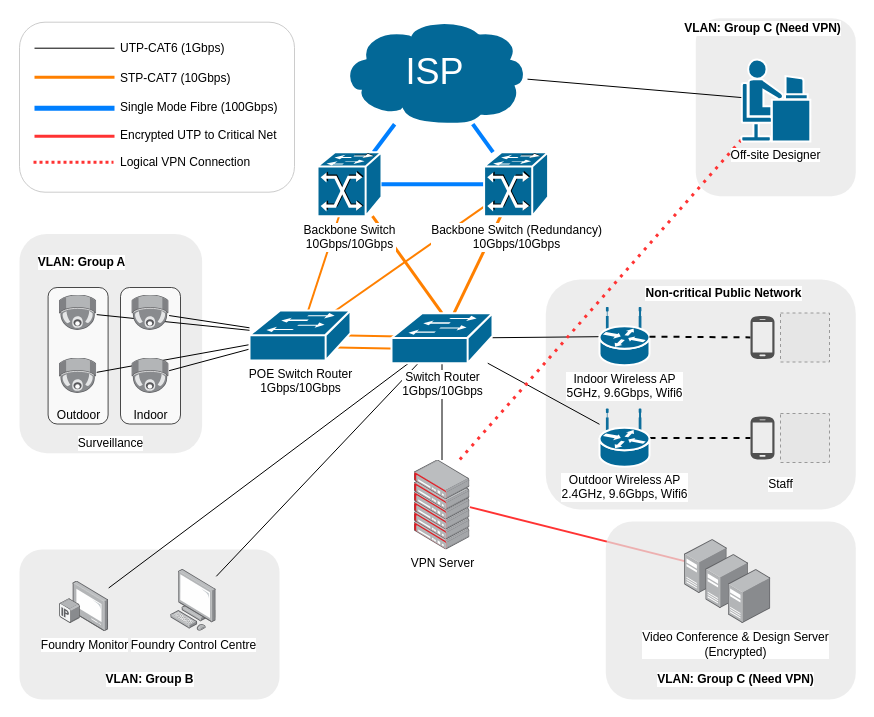
Earlier version of the draw.io diagram page "RDC" (3 of 5) of Net_diagram/EE6223CA2.drawio (doem97/EE6223). Source tidied: cells renumbered, new cells numbered last; positions are measured from the earlier drawing's top-left corner, leaving out a move shared by most shapes. Both pictures are drawn from the tidied source at 100%, with x=0, y=0 at pixel (19, 18). Pictures stored in the file or linked from it are replaced by grey dashed boxes.
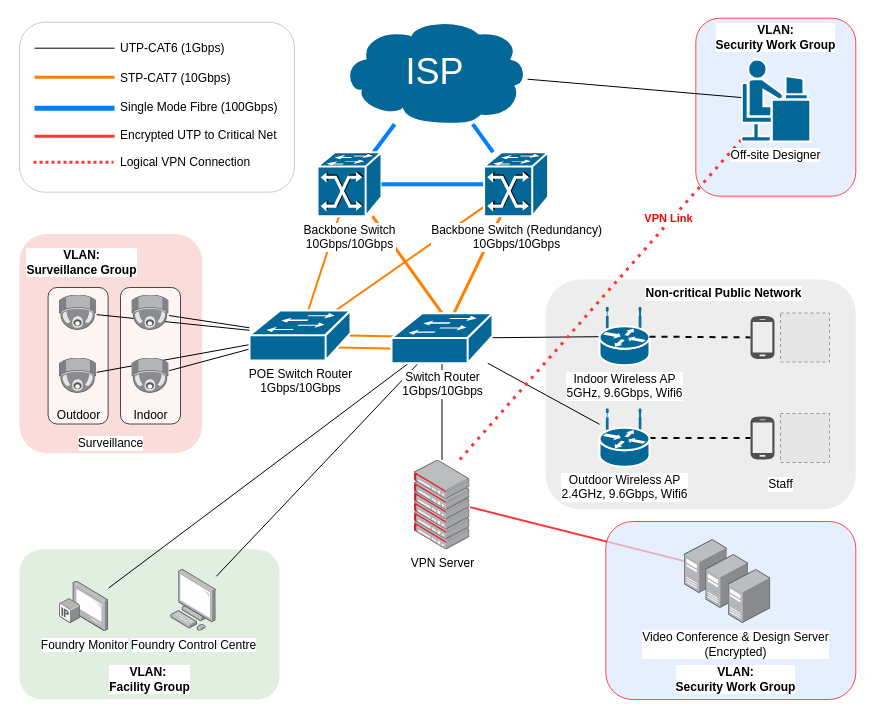
Above is the later version.

Unchanged cells that the change refers to:
```xml
<mxCell id="10" style="group;" parent="1" vertex="1">
  <mxGeometry x="20" y="541" width="360" height="140" as="geometry" />
</mxCell>
<mxCell id="42" style="edgeStyle=none;rounded=0;jettySize=auto;html=1;endArrow=none;endFill=0;strokeColor=#FF3333;dashed=1;dashPattern=1 2;strokeWidth=3;" parent="1" edge="1" source="43" target="39">
  <mxGeometry relative="1" as="geometry" />
</mxCell>
<mxCell id="80" style="group;" parent="1" vertex="1">
  <mxGeometry x="586.3" y="503" width="250" height="178" as="geometry" />
</mxCell>
```

The edit, as a diff of the source:
```diff
@@
-    <mxCell id="3" style="rounded=1;whiteSpace=wrap;html=1;fontSize=12;fontColor=#000000;strokeColor=none;fillColor=#E6E6E6;opacity=70;" parent="1" vertex="1">
+    <mxCell id="3" style="rounded=1;whiteSpace=wrap;html=1;fontSize=12;fillColor=#f8cecc;opacity=70;strokeColor=none;" parent="1" vertex="1">
       <mxGeometry y="215.4" width="182.6" height="219.3" as="geometry" />
     </mxCell>
@@
-    <mxCell id="8" style="rounded=1;whiteSpace=wrap;html=1;labelBackgroundColor=#ffffff;fillColor=#E6E6E6;fontSize=12;fontColor=#000000;opacity=70;strokeColor=none;" parent="1" vertex="1">
+    <mxCell id="8" style="rounded=1;whiteSpace=wrap;html=1;labelBackgroundColor=#ffffff;fillColor=#dae8fc;fontSize=12;opacity=70;strokeColor=#FF0000;" parent="1" vertex="1">
       <mxGeometry x="676.3" y="-0.3" width="160" height="178" as="geometry" />
     </mxCell>
-    <mxCell id="9" value="&lt;b&gt;VLAN: Group C (Need VPN)&lt;/b&gt;" style="text;html=1;align=center;verticalAlign=middle;labelBackgroundColor=#ffffff;" parent="1" vertex="1">
-      <mxGeometry x="658" width="170" height="20" as="geometry" />
+    <mxCell id="9" value="&lt;b&gt;VLAN:&lt;br&gt;Security Work Group&lt;br&gt;&lt;/b&gt;" style="text;html=1;align=center;verticalAlign=middle;labelBackgroundColor=#ffffff;" parent="1" vertex="1">
+      <mxGeometry x="686.3" y="3.7" width="140" height="30" as="geometry" />
     </mxCell>
@@
-    <mxCell id="11" style="rounded=1;whiteSpace=wrap;html=1;labelBackgroundColor=#ffffff;fillColor=#E6E6E6;fontSize=12;fontColor=#000000;opacity=70;strokeColor=none;" parent="10" vertex="1">
+    <mxCell id="11" style="rounded=1;whiteSpace=wrap;html=1;labelBackgroundColor=#ffffff;fillColor=#d5e8d4;fontSize=12;opacity=70;strokeColor=none;" parent="10" vertex="1">
       <mxGeometry x="-20" y="-10" width="260" height="150" as="geometry" />
     </mxCell>
@@
-    <mxCell id="13" value="&lt;font style=&quot;background-color: rgb(255 , 255 , 255)&quot; size=&quot;1&quot;&gt;&lt;b style=&quot;font-size: 12px&quot;&gt;VLAN: Group B&lt;/b&gt;&lt;/font&gt;" style="text;html=1;align=center;verticalAlign=middle;fontSize=12;fontColor=#000000;labelBackgroundColor=#ffffff;" parent="10" vertex="1">
-      <mxGeometry x="60" y="110" width="100" height="20" as="geometry" />
+    <mxCell id="13" value="&lt;b&gt;VLAN:&amp;nbsp;&lt;br&gt;Facility Group&lt;/b&gt;" style="text;html=1;align=center;verticalAlign=middle;fontSize=12;fontColor=#000000;labelBackgroundColor=#ffffff;" parent="10" vertex="1">
+      <mxGeometry x="60" y="105" width="100" height="30" as="geometry" />
     </mxCell>
@@
+    <mxCell id="87" value="VPN Link" style="edgeLabel;html=1;align=center;verticalAlign=middle;fontColor=#FF0000;fontStyle=1;" parent="42" vertex="1">
+      <mxGeometry x="-0.5" y="-3" relative="1" as="geometry" />
+    </mxCell>
@@
-    <mxCell id="62" value="&lt;font style=&quot;background-color: rgb(255 , 255 , 255)&quot; size=&quot;1&quot;&gt;&lt;b style=&quot;font-size: 12px&quot;&gt;VLAN: Group A&lt;/b&gt;&lt;/font&gt;" style="text;html=1;align=center;verticalAlign=middle;fontSize=12;fontColor=#000000;labelBackgroundColor=#ffffff;" parent="1" vertex="1">
-      <mxGeometry x="12.4" y="234.1" width="100" height="20" as="geometry" />
+    <mxCell id="62" value="&lt;b style=&quot;text-align: left&quot;&gt;VLAN:&lt;br&gt;&lt;div&gt;&lt;b&gt;Surveillance Group&lt;/b&gt;&lt;/div&gt;&lt;/b&gt;" style="text;html=1;align=center;verticalAlign=middle;fontSize=12;fontColor=#000000;labelBackgroundColor=#ffffff;" parent="1" vertex="1">
+      <mxGeometry x="-2.6" y="229.1" width="130" height="30" as="geometry" />
     </mxCell>
@@
-    <mxCell id="81" style="rounded=1;whiteSpace=wrap;html=1;labelBackgroundColor=#ffffff;fillColor=#E6E6E6;fontSize=12;fontColor=#000000;opacity=70;strokeColor=none;" parent="80" vertex="1">
+    <mxCell id="81" style="rounded=1;whiteSpace=wrap;html=1;labelBackgroundColor=#ffffff;fillColor=#dae8fc;fontSize=12;opacity=70;strokeColor=#FF0000;" parent="80" vertex="1">
       <mxGeometry width="250" height="178" as="geometry" />
     </mxCell>
@@
-    <mxCell id="86" value="&lt;b&gt;VLAN: Group C (Need VPN)&lt;/b&gt;" style="text;html=1;align=center;verticalAlign=middle;labelBackgroundColor=#ffffff;" parent="80" vertex="1">
-      <mxGeometry x="45" y="148" width="170" height="20" as="geometry" />
+    <mxCell id="86" value="&lt;b&gt;VLAN:&lt;br&gt;Security Work Group&lt;/b&gt;" style="text;html=1;align=center;verticalAlign=middle;labelBackgroundColor=#ffffff;" parent="80" vertex="1">
+      <mxGeometry x="60" y="143" width="140" height="30" as="geometry" />
     </mxCell>
```
